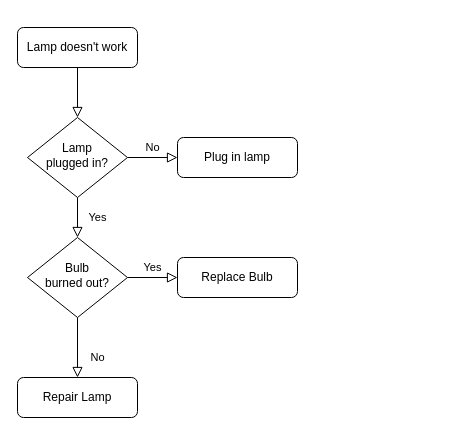
Earlier version of the draw.io diagram Diagrama sin título.drawio (Croopx/epic). Source tidied: cells renumbered, new cells numbered last; positions are measured from the earlier drawing's top-left corner, leaving out a move shared by most shapes. Both pictures are drawn from the tidied source at 100%, with x=0, y=0 at pixel (17, 27).
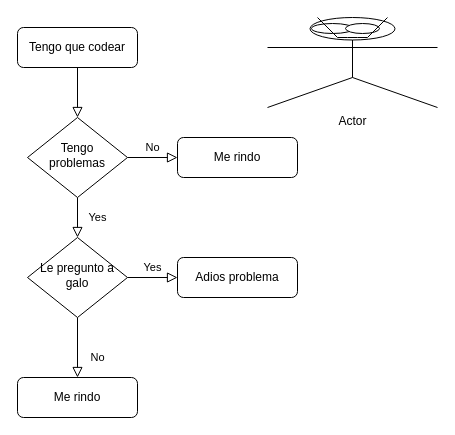
Above is the later version.

Change to the diagram source:
```diff
@@
 <mxGraphModel>
   <root>
     <mxCell id="0" />
     <mxCell id="1" parent="0" />
     <mxCell id="2" style="rounded=0;html=1;jettySize=auto;fontSize=11;endArrow=block;endFill=0;endSize=8;strokeWidth=1;shadow=0;labelBackgroundColor=none;edgeStyle=orthogonalEdgeStyle;" parent="1" edge="1" source="3" target="6">
       <mxGeometry relative="1" as="geometry" />
     </mxCell>
-    <mxCell id="3" value="Lamp doesn't work" style="rounded=1;whiteSpace=wrap;html=1;fontSize=12;glass=0;strokeWidth=1;shadow=0;" parent="1" vertex="1">
+    <mxCell id="3" value="Tengo que codear" style="rounded=1;whiteSpace=wrap;html=1;fontSize=12;glass=0;strokeWidth=1;shadow=0;" parent="1" vertex="1">
       <mxGeometry width="120" height="40" as="geometry" />
     </mxCell>
     <mxCell id="4" value="Yes" style="rounded=0;html=1;jettySize=auto;fontSize=11;endArrow=block;endFill=0;endSize=8;strokeWidth=1;shadow=0;labelBackgroundColor=none;edgeStyle=orthogonalEdgeStyle;" parent="1" edge="1" source="6" target="10">
       <mxGeometry y="20" relative="1" as="geometry" />
     </mxCell>
     <mxCell id="5" value="No" style="edgeStyle=orthogonalEdgeStyle;rounded=0;html=1;jettySize=auto;fontSize=11;endArrow=block;endFill=0;endSize=8;strokeWidth=1;shadow=0;labelBackgroundColor=none;" parent="1" edge="1" source="6" target="7">
       <mxGeometry y="10" relative="1" as="geometry" />
     </mxCell>
-    <mxCell id="6" value="Lamp&lt;br&gt;plugged in?" style="rhombus;whiteSpace=wrap;html=1;shadow=0;fontFamily=Helvetica;fontSize=12;align=center;strokeWidth=1;spacing=6;spacingTop=-4;" parent="1" vertex="1">
+    <mxCell id="6" value="Tengo problemas" style="rhombus;whiteSpace=wrap;html=1;shadow=0;fontFamily=Helvetica;fontSize=12;align=center;strokeWidth=1;spacing=6;spacingTop=-4;" parent="1" vertex="1">
       <mxGeometry x="10" y="90" width="100" height="80" as="geometry" />
     </mxCell>
-    <mxCell id="7" value="Plug in lamp" style="rounded=1;whiteSpace=wrap;html=1;fontSize=12;glass=0;strokeWidth=1;shadow=0;" parent="1" vertex="1">
+    <mxCell id="7" value="Me rindo" style="rounded=1;whiteSpace=wrap;html=1;fontSize=12;glass=0;strokeWidth=1;shadow=0;" parent="1" vertex="1">
       <mxGeometry x="160" y="110" width="120" height="40" as="geometry" />
     </mxCell>
     <mxCell id="8" value="No" style="rounded=0;html=1;jettySize=auto;fontSize=11;endArrow=block;endFill=0;endSize=8;strokeWidth=1;shadow=0;labelBackgroundColor=none;edgeStyle=orthogonalEdgeStyle;" parent="1" edge="1" source="10" target="11">
       <mxGeometry x="0.33" y="20" relative="1" as="geometry" />
     </mxCell>
     <mxCell id="9" value="Yes" style="edgeStyle=orthogonalEdgeStyle;rounded=0;html=1;jettySize=auto;fontSize=11;endArrow=block;endFill=0;endSize=8;strokeWidth=1;shadow=0;labelBackgroundColor=none;" parent="1" edge="1" source="10" target="12">
       <mxGeometry y="10" relative="1" as="geometry" />
     </mxCell>
-    <mxCell id="10" value="Bulb&lt;br&gt;burned out?" style="rhombus;whiteSpace=wrap;html=1;shadow=0;fontFamily=Helvetica;fontSize=12;align=center;strokeWidth=1;spacing=6;spacingTop=-4;" parent="1" vertex="1">
+    <mxCell id="10" value="Le pregunto a galo" style="rhombus;whiteSpace=wrap;html=1;shadow=0;fontFamily=Helvetica;fontSize=12;align=center;strokeWidth=1;spacing=6;spacingTop=-4;" parent="1" vertex="1">
       <mxGeometry x="10" y="210" width="100" height="80" as="geometry" />
     </mxCell>
-    <mxCell id="11" value="Repair Lamp" style="rounded=1;whiteSpace=wrap;html=1;fontSize=12;glass=0;strokeWidth=1;shadow=0;" parent="1" vertex="1">
+    <mxCell id="11" value="Me rindo" style="rounded=1;whiteSpace=wrap;html=1;fontSize=12;glass=0;strokeWidth=1;shadow=0;" parent="1" vertex="1">
       <mxGeometry y="350" width="120" height="40" as="geometry" />
     </mxCell>
-    <mxCell id="12" value="Replace Bulb" style="rounded=1;whiteSpace=wrap;html=1;fontSize=12;glass=0;strokeWidth=1;shadow=0;" parent="1" vertex="1">
+    <mxCell id="12" value="Adios problema" style="rounded=1;whiteSpace=wrap;html=1;fontSize=12;glass=0;strokeWidth=1;shadow=0;" parent="1" vertex="1">
       <mxGeometry x="160" y="230" width="120" height="40" as="geometry" />
     </mxCell>
+    <mxCell id="13" value="Actor" style="shape=umlActor;verticalLabelPosition=bottom;verticalAlign=top;html=1;" parent="1" vertex="1">
+      <mxGeometry x="250" y="-10" width="170" height="90" as="geometry" />
+    </mxCell>
+    <mxCell id="14" style="ellipse;whiteSpace=wrap;html=1;direction=south;rotation=-90;" parent="1" vertex="1">
+      <mxGeometry x="310" y="-20" width="10" height="42" as="geometry" />
+    </mxCell>
+    <mxCell id="15" style="ellipse;whiteSpace=wrap;html=1;direction=south;rotation=-90;" parent="1" vertex="1">
+      <mxGeometry x="340" y="-16" width="10" height="34" as="geometry" />
+    </mxCell>
+    <mxCell id="16" style="endArrow=none;html=1;rounded=0;" parent="1" edge="1">
+      <mxGeometry relative="1" as="geometry">
+        <mxPoint x="370" y="-10" as="sourcePoint" />
+        <mxPoint x="300" y="-10" as="targetPoint" />
+        <Array as="points">
+          <mxPoint x="350" y="10" />
+          <mxPoint x="340" y="10" />
+          <mxPoint x="330" y="10" />
+          <mxPoint x="320" y="10" />
+        </Array>
+      </mxGeometry>
+    </mxCell>
   </root>
 </mxGraphModel>
```
